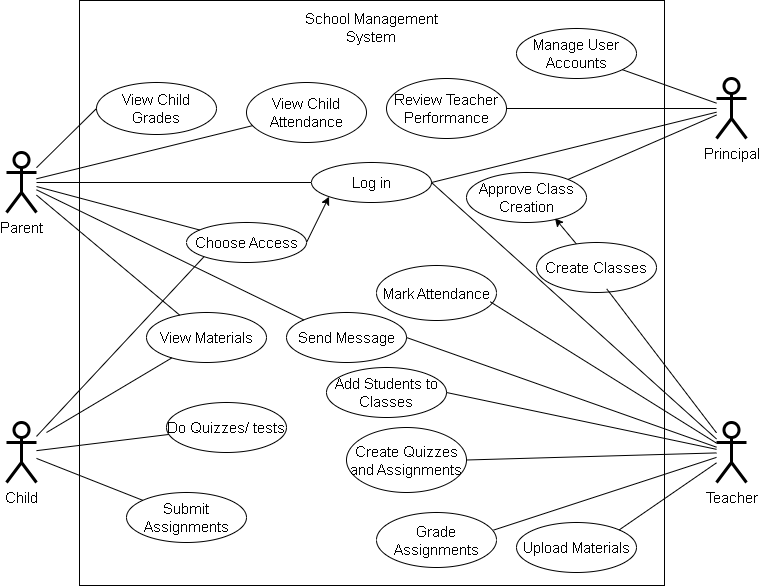
Earlier version of the draw.io export Use-Cases-diagrams/Use-Case-diagram.drawio.png (LeandroBakollari/learning-platform). Source tidied: cells renumbered, new cells last; positions are measured from the earlier drawing's top-left corner, leaving out a move shared by most shapes.
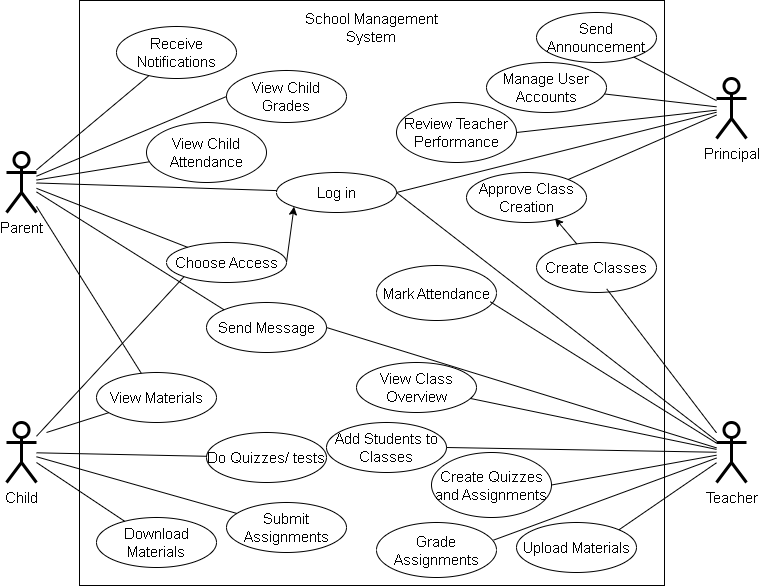
Above is the later version.

Diff of the diagram source:
```diff
@@ -18,55 +18,55 @@
       <mxGeometry y="152" width="30" height="60" as="geometry" />
     </mxCell>
     <mxCell id="7" value="&lt;font style=&quot;font-size: 15px;&quot;&gt;Log in&lt;/font&gt;" style="ellipse;whiteSpace=wrap;html=1;" parent="1" vertex="1">
-      <mxGeometry x="305" y="162" width="120" height="40" as="geometry" />
+      <mxGeometry x="270" y="172" width="120" height="40" as="geometry" />
     </mxCell>
     <mxCell id="8" value="Choose Access" style="ellipse;whiteSpace=wrap;html=1;fontSize=15;" parent="1" vertex="1">
-      <mxGeometry x="180" y="222" width="120" height="40" as="geometry" />
+      <mxGeometry x="160" y="242" width="120" height="40" as="geometry" />
     </mxCell>
     <mxCell id="9" value="View Child Grades" style="ellipse;whiteSpace=wrap;html=1;fontSize=15;" parent="1" vertex="1">
-      <mxGeometry x="90" y="82" width="120" height="52" as="geometry" />
+      <mxGeometry x="220" y="70" width="120" height="52" as="geometry" />
     </mxCell>
     <mxCell id="10" value="View Child Attendance" style="ellipse;whiteSpace=wrap;html=1;fontSize=15;" parent="1" vertex="1">
-      <mxGeometry x="240" y="82" width="120" height="60" as="geometry" />
+      <mxGeometry x="140" y="122" width="120" height="60" as="geometry" />
     </mxCell>
     <mxCell id="11" value="View Materials" style="ellipse;whiteSpace=wrap;html=1;fontSize=15;" parent="1" vertex="1">
-      <mxGeometry x="140" y="312" width="120" height="50" as="geometry" />
+      <mxGeometry x="90" y="372" width="120" height="50" as="geometry" />
     </mxCell>
     <mxCell id="12" value="Send Message" style="ellipse;whiteSpace=wrap;html=1;fontSize=15;" parent="1" vertex="1">
-      <mxGeometry x="280" y="312" width="120" height="50" as="geometry" />
+      <mxGeometry x="200" y="302" width="120" height="50" as="geometry" />
     </mxCell>
     <mxCell id="13" value="Submit Assignments" style="ellipse;whiteSpace=wrap;html=1;fontSize=15;" parent="1" vertex="1">
-      <mxGeometry x="120" y="492" width="120" height="50" as="geometry" />
+      <mxGeometry x="220" y="502" width="120" height="50" as="geometry" />
     </mxCell>
     <mxCell id="14" value="Do Quizzes/ tests" style="ellipse;whiteSpace=wrap;html=1;fontSize=15;" parent="1" vertex="1">
-      <mxGeometry x="160" y="402" width="120" height="50" as="geometry" />
+      <mxGeometry x="200" y="432" width="120" height="50" as="geometry" />
     </mxCell>
     <mxCell id="15" value="Create Classes" style="ellipse;whiteSpace=wrap;html=1;fontSize=15;" parent="1" vertex="1">
       <mxGeometry x="530" y="242" width="120" height="50" as="geometry" />
     </mxCell>
     <mxCell id="16" value="Add Students to Classes" style="ellipse;whiteSpace=wrap;html=1;fontSize=15;" parent="1" vertex="1">
-      <mxGeometry x="320" y="367" width="120" height="50" as="geometry" />
+      <mxGeometry x="320" y="422" width="120" height="50" as="geometry" />
     </mxCell>
     <mxCell id="17" value="Upload Materials" style="ellipse;whiteSpace=wrap;html=1;fontSize=15;" parent="1" vertex="1">
       <mxGeometry x="510" y="522" width="120" height="50" as="geometry" />
     </mxCell>
     <mxCell id="18" value="Create Quizzes and Assignments" style="ellipse;whiteSpace=wrap;html=1;fontSize=15;" parent="1" vertex="1">
-      <mxGeometry x="340" y="427" width="120" height="65" as="geometry" />
+      <mxGeometry x="425" y="452" width="120" height="65" as="geometry" />
     </mxCell>
     <mxCell id="19" value="Grade Assignments" style="ellipse;whiteSpace=wrap;html=1;fontSize=15;" parent="1" vertex="1">
-      <mxGeometry x="370" y="512" width="120" height="55" as="geometry" />
+      <mxGeometry x="370" y="522" width="120" height="55" as="geometry" />
     </mxCell>
     <mxCell id="20" value="Mark Attendance" style="ellipse;whiteSpace=wrap;html=1;fontSize=15;" parent="1" vertex="1">
       <mxGeometry x="370" y="265" width="120" height="55" as="geometry" />
     </mxCell>
     <mxCell id="21" value="Review Teacher Performance" style="ellipse;whiteSpace=wrap;html=1;fontSize=15;" parent="1" vertex="1">
-      <mxGeometry x="380" y="78" width="120" height="60" as="geometry" />
+      <mxGeometry x="390" y="102" width="120" height="60" as="geometry" />
     </mxCell>
     <mxCell id="22" value="Approve Class Creation" style="ellipse;whiteSpace=wrap;html=1;fontSize=15;" parent="1" vertex="1">
       <mxGeometry x="460" y="172" width="120" height="50" as="geometry" />
     </mxCell>
     <mxCell id="23" value="Manage User Accounts" style="ellipse;whiteSpace=wrap;html=1;fontSize=15;" parent="1" vertex="1">
-      <mxGeometry x="510" y="28" width="120" height="50" as="geometry" />
+      <mxGeometry x="480" y="62" width="120" height="50" as="geometry" />
     </mxCell>
     <mxCell id="24" style="endArrow=none;html=1;rounded=0;" parent="1" edge="1" source="6" target="7">
       <mxGeometry relative="1" as="geometry" />
@@ -145,5 +145,29 @@
     <mxCell id="48" style="endArrow=none;html=1;rounded=0;" parent="1" edge="1" source="23" target="3">
       <mxGeometry relative="1" as="geometry" />
     </mxCell>
+    <mxCell id="49" value="Download Materials" style="ellipse;whiteSpace=wrap;html=1;fontSize=15;" parent="1" vertex="1">
+      <mxGeometry x="90" y="517" width="120" height="50" as="geometry" />
+    </mxCell>
+    <mxCell id="50" style="endArrow=none;html=1;rounded=0;" parent="1" edge="1" source="5" target="49">
+      <mxGeometry relative="1" as="geometry" />
+    </mxCell>
+    <mxCell id="51" value="Send Announcement" style="ellipse;whiteSpace=wrap;html=1;fontSize=15;" parent="1" vertex="1">
+      <mxGeometry x="530" y="12" width="120" height="50" as="geometry" />
+    </mxCell>
+    <mxCell id="52" style="endArrow=none;html=1;rounded=0;" parent="1" edge="1" source="51" target="3">
+      <mxGeometry relative="1" as="geometry" />
+    </mxCell>
+    <mxCell id="53" value="View Class Overview" style="ellipse;whiteSpace=wrap;html=1;fontSize=15;" parent="1" vertex="1">
+      <mxGeometry x="350" y="362" width="120" height="50" as="geometry" />
+    </mxCell>
+    <mxCell id="54" style="endArrow=none;html=1;rounded=0;" parent="1" edge="1" source="53" target="4">
+      <mxGeometry relative="1" as="geometry" />
+    </mxCell>
+    <mxCell id="55" value="Receive Notifications" style="ellipse;whiteSpace=wrap;html=1;fontSize=15;" parent="1" vertex="1">
+      <mxGeometry x="110" y="26" width="120" height="52" as="geometry" />
+    </mxCell>
+    <mxCell id="56" style="endArrow=none;html=1;rounded=0;" parent="1" edge="1" source="6" target="55">
+      <mxGeometry relative="1" as="geometry" />
+    </mxCell>
   </root>
 </mxGraphModel>
```
